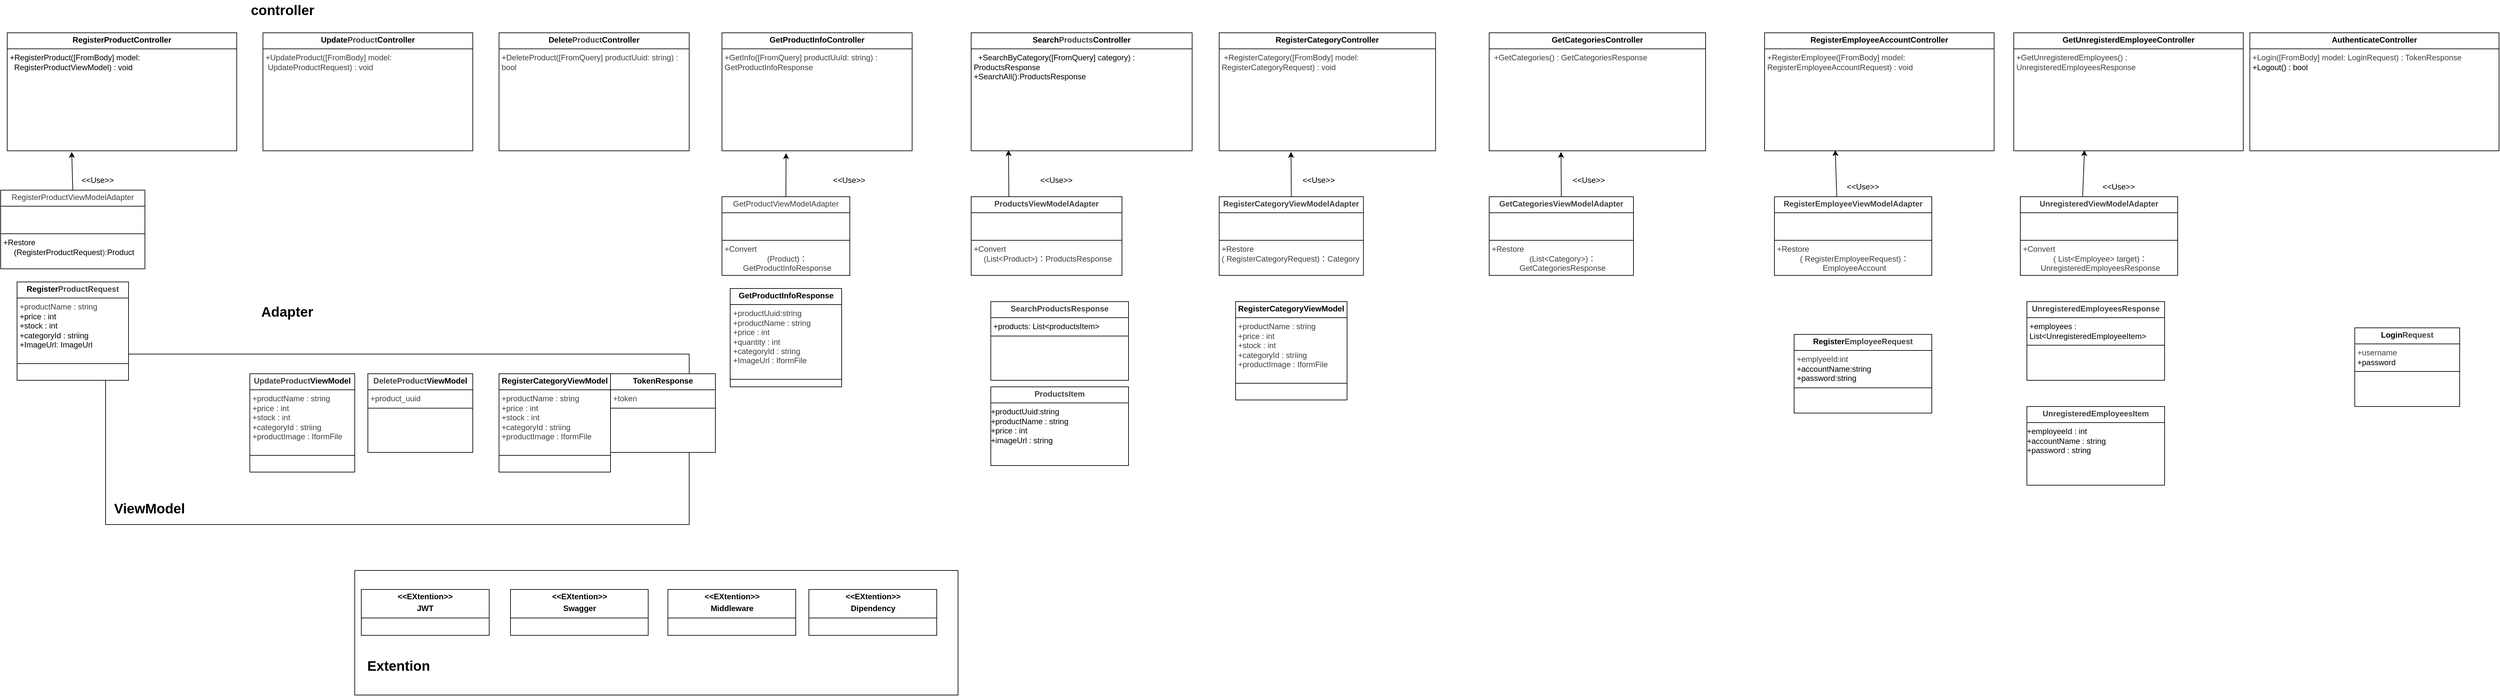
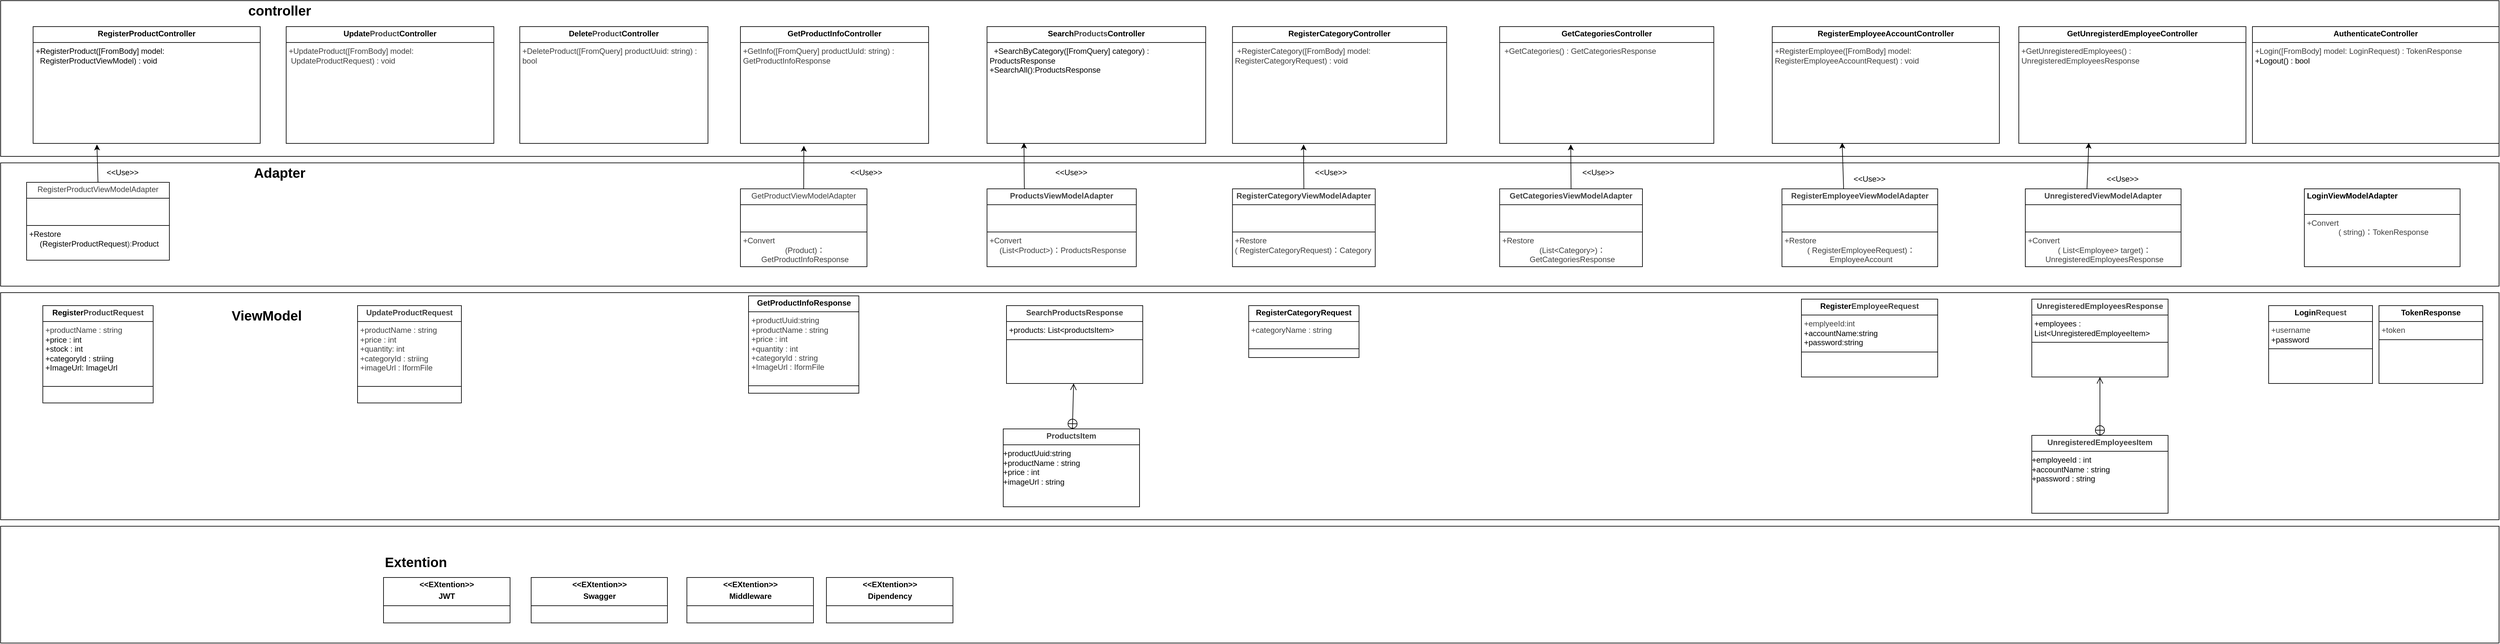
<mxfile host="65bd71144e">
    <diagram id="EApjV0AEF5bl3lN2ML2e" name="ページ1">
-         <mxGraphModel dx="3223" dy="623" grid="1" gridSize="10" guides="1" tooltips="1" connect="1" arrows="1" fold="1" page="1" pageScale="1" pageWidth="827" pageHeight="1169" math="0" shadow="0">
+         <mxGraphModel dx="3129" dy="736" grid="1" gridSize="10" guides="1" tooltips="1" connect="1" arrows="1" fold="1" page="1" pageScale="1" pageWidth="827" pageHeight="1169" math="0" shadow="0">
            <root>
                <mxCell id="0"/>
                <mxCell id="1" parent="0"/>
+                 <mxCell id="115" value="" style="rounded=0;whiteSpace=wrap;html=1;" vertex="1" parent="1">
+                     <mxGeometry x="-1030" y="1640" width="3850" height="180" as="geometry"/>
+                 </mxCell>
+                 <mxCell id="110" value="" style="rounded=0;whiteSpace=wrap;html=1;" vertex="1" parent="1">
+                     <mxGeometry x="-1030" y="1280" width="3850" height="350" as="geometry"/>
+                 </mxCell>
+                 <mxCell id="108" value="" style="rounded=0;whiteSpace=wrap;html=1;" vertex="1" parent="1">
+                     <mxGeometry x="-1030" y="830" width="3850" height="240" as="geometry"/>
+                 </mxCell>
                <mxCell id="66" value="" style="rounded=0;whiteSpace=wrap;html=1;" parent="1" vertex="1">
-                     <mxGeometry x="-450" y="1690" width="920" height="190" as="geometry"/>
-                 </mxCell>
-                 <mxCell id="65" value="" style="rounded=0;whiteSpace=wrap;html=1;" parent="1" vertex="1">
-                     <mxGeometry x="-830" y="1360" width="890" height="260" as="geometry"/>
+                     <mxGeometry x="-1030" y="1080" width="3850" height="190" as="geometry"/>
                </mxCell>
                <mxCell id="2" value="&lt;p style=&quot;margin:0px;margin-top:4px;text-align:center;&quot;&gt;&lt;b&gt;RegisterProductController&lt;/b&gt;&lt;/p&gt;&lt;hr size=&quot;1&quot; style=&quot;border-style:solid;&quot;&gt;&lt;p style=&quot;margin:0px;margin-left:4px;&quot;&gt;+RegisterProduct([FromBody] model:&amp;nbsp; &amp;nbsp;&amp;nbsp;&lt;/p&gt;&lt;p style=&quot;margin:0px;margin-left:4px;&quot;&gt;&amp;nbsp; RegisterProductViewModel) : void&lt;/p&gt;&lt;div&gt;&lt;br&gt;&lt;/div&gt;" style="verticalAlign=top;align=left;overflow=fill;html=1;whiteSpace=wrap;" parent="1" vertex="1">
                    <mxGeometry x="-980" y="870" width="350" height="180" as="geometry"/>
                </mxCell>
                <mxCell id="3" value="&lt;p style=&quot;margin:0px;margin-top:4px;text-align:center;&quot;&gt;&lt;b&gt;Register&lt;span style=&quot;color: rgb(63, 63, 63);&quot;&gt;ProductRequest&lt;/span&gt;&lt;/b&gt;&lt;/p&gt;&lt;hr size=&quot;1&quot; style=&quot;border-style:solid;&quot;&gt;&lt;p style=&quot;margin:0px;margin-left:4px;&quot;&gt;&lt;span style=&quot;color: rgb(63, 63, 63); background-color: transparent;&quot;&gt;+productName : string&lt;/span&gt;&lt;/p&gt;&lt;p style=&quot;margin:0px;margin-left:4px;&quot;&gt;+price : int&lt;/p&gt;&lt;p style=&quot;margin:0px;margin-left:4px;&quot;&gt;+stock : int&lt;/p&gt;&lt;p style=&quot;margin:0px;margin-left:4px;&quot;&gt;+categoryId : striing&lt;/p&gt;&lt;p style=&quot;margin:0px;margin-left:4px;&quot;&gt;+ImageUrl: ImageUrl&lt;/p&gt;&lt;p style=&quot;margin:0px;margin-left:4px;&quot;&gt;&lt;br&gt;&lt;/p&gt;&lt;hr size=&quot;1&quot; style=&quot;border-style:solid;&quot;&gt;&lt;p style=&quot;margin:0px;margin-left:4px;&quot;&gt;&lt;br&gt;&lt;/p&gt;" style="verticalAlign=top;align=left;overflow=fill;html=1;whiteSpace=wrap;" parent="1" vertex="1">
-                     <mxGeometry x="-965" y="1250" width="170" height="150" as="geometry"/>
+                     <mxGeometry x="-965" y="1300" width="170" height="150" as="geometry"/>
                </mxCell>
                <mxCell id="4" value="&lt;p style=&quot;margin:0px;margin-top:4px;text-align:center;&quot;&gt;&lt;span style=&quot;color: rgb(63, 63, 63); background-color: transparent;&quot;&gt;Register&lt;span style=&quot;color: rgb(63, 63, 63); scrollbar-color: rgb(226, 226, 226) rgb(251, 251, 251);&quot;&gt;Product&lt;/span&gt;ViewModelAdapter&lt;/span&gt;&lt;/p&gt;&lt;hr size=&quot;1&quot; style=&quot;border-style:solid;&quot;&gt;&lt;p style=&quot;margin:0px;margin-left:4px;&quot;&gt;&lt;br&gt;&lt;/p&gt;&lt;p style=&quot;margin:0px;margin-left:4px;&quot;&gt;&lt;br&gt;&lt;/p&gt;&lt;hr size=&quot;1&quot; style=&quot;border-style:solid;&quot;&gt;&lt;p style=&quot;margin:0px;margin-left:4px;&quot;&gt;+Restore&lt;/p&gt;&lt;p style=&quot;text-align: center; margin: 0px 0px 0px 4px;&quot;&gt;&lt;span style=&quot;background-color: transparent;&quot;&gt;(RegisterProductRequest&lt;/span&gt;&lt;span style=&quot;background-color: transparent; color: rgb(63, 63, 63);&quot;&gt;):&lt;/span&gt;&lt;span style=&quot;background-color: transparent;&quot;&gt;Product&lt;/span&gt;&lt;/p&gt;" style="verticalAlign=top;align=left;overflow=fill;html=1;whiteSpace=wrap;" parent="1" vertex="1">
                    <mxGeometry x="-990" y="1110" width="220" height="120" as="geometry"/>
                </mxCell>
                <mxCell id="5" value="&lt;p style=&quot;margin:0px;margin-top:4px;text-align:center;&quot;&gt;&lt;b&gt;Update&lt;/b&gt;&lt;b style=&quot;color: rgb(63, 63, 63); scrollbar-color: rgb(226, 226, 226) rgb(251, 251, 251);&quot;&gt;Product&lt;/b&gt;&lt;b&gt;Controller&lt;/b&gt;&lt;/p&gt;&lt;hr size=&quot;1&quot; style=&quot;border-style:solid;&quot;&gt;&lt;p style=&quot;margin:0px;margin-left:4px;&quot;&gt;&lt;/p&gt;&lt;p style=&quot;margin:0px;margin-left:4px;&quot;&gt;&lt;span style=&quot;color: rgb(63, 63, 63); background-color: transparent;&quot;&gt;+UpdateProduct([FromBody] model:&amp;nbsp; &amp;nbsp;UpdateProductRequest) : void&lt;/span&gt;&lt;/p&gt;" style="verticalAlign=top;align=left;overflow=fill;html=1;whiteSpace=wrap;" parent="1" vertex="1">
                    <mxGeometry x="-590" y="870" width="320" height="180" as="geometry"/>
                </mxCell>
                <mxCell id="6" value="&lt;p style=&quot;margin:0px;margin-top:4px;text-align:center;&quot;&gt;&lt;b&gt;Delete&lt;/b&gt;&lt;b style=&quot;color: rgb(63, 63, 63); scrollbar-color: rgb(226, 226, 226) rgb(251, 251, 251);&quot;&gt;Product&lt;/b&gt;&lt;b&gt;Controller&lt;/b&gt;&lt;/p&gt;&lt;hr size=&quot;1&quot; style=&quot;border-style:solid;&quot;&gt;&lt;p style=&quot;color: rgb(63, 63, 63); scrollbar-color: rgb(226, 226, 226) rgb(251, 251, 251); margin: 0px 0px 0px 4px;&quot;&gt;&lt;span style=&quot;background-color: transparent;&quot;&gt;+DeleteProduct([FromQuery] productUuid: string) : bool&lt;/span&gt;&lt;/p&gt;" style="verticalAlign=top;align=left;overflow=fill;html=1;whiteSpace=wrap;" parent="1" vertex="1">
                    <mxGeometry x="-230" y="870" width="290" height="180" as="geometry"/>
                </mxCell>
                <mxCell id="7" value="&lt;p style=&quot;margin:0px;margin-top:4px;text-align:center;&quot;&gt;&lt;b&gt;Search&lt;/b&gt;&lt;b style=&quot;color: rgb(63, 63, 63); scrollbar-color: rgb(226, 226, 226) rgb(251, 251, 251);&quot;&gt;Products&lt;/b&gt;&lt;b&gt;Controller&lt;/b&gt;&lt;/p&gt;&lt;hr size=&quot;1&quot; style=&quot;border-style:solid;&quot;&gt;&lt;p style=&quot;margin:0px;margin-left:4px;&quot;&gt;&amp;nbsp; +SearchByCategory([FromQuery] category) : ProductsResponse&lt;/p&gt;&lt;p style=&quot;margin:0px;margin-left:4px;&quot;&gt;+SearchAll():ProductsResponse&lt;/p&gt;" style="verticalAlign=top;align=left;overflow=fill;html=1;whiteSpace=wrap;" parent="1" vertex="1">
                    <mxGeometry x="490" y="870" width="337" height="180" as="geometry"/>
                </mxCell>
                <mxCell id="8" value="&lt;p style=&quot;margin:0px;margin-top:4px;text-align:center;&quot;&gt;&lt;b&gt;RegisterEmployeeAccountController&lt;/b&gt;&lt;/p&gt;&lt;hr size=&quot;1&quot; style=&quot;border-style:solid;&quot;&gt;&lt;p style=&quot;margin:0px;margin-left:4px;&quot;&gt;&lt;span style=&quot;color: rgb(63, 63, 63); background-color: transparent;&quot;&gt;+RegisterEmployee([FromBody] model: RegisterEmployeeAccountRequest) : void&lt;/span&gt;&lt;/p&gt;&lt;div&gt;&lt;br&gt;&lt;/div&gt;" style="verticalAlign=top;align=left;overflow=fill;html=1;whiteSpace=wrap;" parent="1" vertex="1">
                    <mxGeometry x="1700" y="870" width="350" height="180" as="geometry"/>
                </mxCell>
                <mxCell id="9" value="&lt;p style=&quot;margin:0px;margin-top:4px;text-align:center;&quot;&gt;&lt;b&gt;AuthenticateController&lt;/b&gt;&lt;/p&gt;&lt;hr size=&quot;1&quot; style=&quot;border-style:solid;&quot;&gt;&lt;p style=&quot;margin:0px;margin-left:4px;&quot;&gt;&lt;span style=&quot;color: rgb(63, 63, 63); background-color: transparent;&quot;&gt;+Login([FromBody] model: LoginRequest) : TokenResponse&amp;nbsp;&lt;/span&gt;&lt;/p&gt;&lt;p style=&quot;margin:0px;margin-left:4px;&quot;&gt;+Logout() : bool&lt;/p&gt;" style="verticalAlign=top;align=left;overflow=fill;html=1;whiteSpace=wrap;" parent="1" vertex="1">
                    <mxGeometry x="2440" y="870" width="380" height="180" as="geometry"/>
                </mxCell>
-                 <mxCell id="10" value="&lt;p style=&quot;margin:0px;margin-top:4px;text-align:center;&quot;&gt;&lt;b&gt;&lt;span style=&quot;background-color: transparent; color: rgb(63, 63, 63); scrollbar-color: rgb(226, 226, 226) rgb(251, 251, 251);&quot;&gt;Update&lt;/span&gt;&lt;span style=&quot;color: rgb(63, 63, 63);&quot;&gt;Product&lt;/span&gt;ViewModel&lt;/b&gt;&lt;/p&gt;&lt;hr size=&quot;1&quot; style=&quot;border-style:solid;&quot;&gt;&lt;p style=&quot;color: rgb(63, 63, 63); scrollbar-color: rgb(226, 226, 226) rgb(251, 251, 251); margin: 0px 0px 0px 4px;&quot;&gt;&lt;span style=&quot;scrollbar-color: rgb(226, 226, 226) rgb(251, 251, 251); background-color: transparent; color: rgb(63, 63, 63);&quot;&gt;+productName : string&lt;/span&gt;&lt;/p&gt;&lt;p style=&quot;color: rgb(63, 63, 63); scrollbar-color: rgb(226, 226, 226) rgb(251, 251, 251); margin: 0px 0px 0px 4px;&quot;&gt;+price : int&lt;/p&gt;&lt;p style=&quot;color: rgb(63, 63, 63); scrollbar-color: rgb(226, 226, 226) rgb(251, 251, 251); margin: 0px 0px 0px 4px;&quot;&gt;+stock : int&lt;/p&gt;&lt;p style=&quot;color: rgb(63, 63, 63); scrollbar-color: rgb(226, 226, 226) rgb(251, 251, 251); margin: 0px 0px 0px 4px;&quot;&gt;+categoryId : striing&lt;/p&gt;&lt;p style=&quot;color: rgb(63, 63, 63); scrollbar-color: rgb(226, 226, 226) rgb(251, 251, 251); margin: 0px 0px 0px 4px;&quot;&gt;+productImage : IformFile&lt;/p&gt;&lt;p style=&quot;color: rgb(63, 63, 63); scrollbar-color: rgb(226, 226, 226) rgb(251, 251, 251); margin: 0px 0px 0px 4px;&quot;&gt;&lt;br style=&quot;color: rgb(63, 63, 63); scrollbar-color: rgb(226, 226, 226) rgb(251, 251, 251);&quot;&gt;&lt;/p&gt;&lt;hr size=&quot;1&quot; style=&quot;border-style:solid;&quot;&gt;&lt;p style=&quot;margin:0px;margin-left:4px;&quot;&gt;&lt;br&gt;&lt;/p&gt;" style="verticalAlign=top;align=left;overflow=fill;html=1;whiteSpace=wrap;" parent="1" vertex="1">
-                     <mxGeometry x="-610" y="1390" width="160" height="150" as="geometry"/>
-                 </mxCell>
-                 <mxCell id="11" value="&lt;p style=&quot;margin:0px;margin-top:4px;text-align:center;&quot;&gt;&lt;b style=&quot;background-color: transparent; color: rgb(63, 63, 63); scrollbar-color: rgb(226, 226, 226) rgb(251, 251, 251);&quot;&gt;Delete&lt;/b&gt;&lt;b style=&quot;color: rgb(63, 63, 63); scrollbar-color: rgb(226, 226, 226) rgb(251, 251, 251);&quot;&gt;Product&lt;/b&gt;&lt;b&gt;ViewModel&lt;/b&gt;&lt;/p&gt;&lt;hr size=&quot;1&quot; style=&quot;border-style:solid;&quot;&gt;&lt;p style=&quot;margin:0px;margin-left:4px;&quot;&gt;&lt;span style=&quot;color: rgb(63, 63, 63); background-color: transparent;&quot;&gt;+product_uuid&lt;/span&gt;&lt;/p&gt;&lt;hr size=&quot;1&quot; style=&quot;border-style:solid;&quot;&gt;&lt;p style=&quot;margin:0px;margin-left:4px;&quot;&gt;&lt;br&gt;&lt;/p&gt;" style="verticalAlign=top;align=left;overflow=fill;html=1;whiteSpace=wrap;" parent="1" vertex="1">
-                     <mxGeometry x="-430" y="1390" width="160" height="120" as="geometry"/>
+                 <mxCell id="10" value="&lt;p style=&quot;margin:0px;margin-top:4px;text-align:center;&quot;&gt;&lt;b&gt;&lt;span style=&quot;background-color: transparent; color: rgb(63, 63, 63); scrollbar-color: rgb(226, 226, 226) rgb(251, 251, 251);&quot;&gt;Update&lt;/span&gt;&lt;span style=&quot;color: rgb(63, 63, 63);&quot;&gt;ProductRequest&lt;/span&gt;&lt;/b&gt;&lt;/p&gt;&lt;hr size=&quot;1&quot; style=&quot;border-style:solid;&quot;&gt;&lt;p style=&quot;color: rgb(63, 63, 63); scrollbar-color: rgb(226, 226, 226) rgb(251, 251, 251); margin: 0px 0px 0px 4px;&quot;&gt;&lt;span style=&quot;scrollbar-color: rgb(226, 226, 226) rgb(251, 251, 251); background-color: transparent; color: rgb(63, 63, 63);&quot;&gt;+productName : string&lt;/span&gt;&lt;/p&gt;&lt;p style=&quot;color: rgb(63, 63, 63); scrollbar-color: rgb(226, 226, 226) rgb(251, 251, 251); margin: 0px 0px 0px 4px;&quot;&gt;+price : int&lt;/p&gt;&lt;p style=&quot;color: rgb(63, 63, 63); scrollbar-color: rgb(226, 226, 226) rgb(251, 251, 251); margin: 0px 0px 0px 4px;&quot;&gt;+quantity: int&lt;/p&gt;&lt;p style=&quot;color: rgb(63, 63, 63); scrollbar-color: rgb(226, 226, 226) rgb(251, 251, 251); margin: 0px 0px 0px 4px;&quot;&gt;+categoryId : striing&lt;/p&gt;&lt;p style=&quot;color: rgb(63, 63, 63); scrollbar-color: rgb(226, 226, 226) rgb(251, 251, 251); margin: 0px 0px 0px 4px;&quot;&gt;+imageUrl : IformFile&lt;/p&gt;&lt;p style=&quot;color: rgb(63, 63, 63); scrollbar-color: rgb(226, 226, 226) rgb(251, 251, 251); margin: 0px 0px 0px 4px;&quot;&gt;&lt;br style=&quot;color: rgb(63, 63, 63); scrollbar-color: rgb(226, 226, 226) rgb(251, 251, 251);&quot;&gt;&lt;/p&gt;&lt;hr size=&quot;1&quot; style=&quot;border-style:solid;&quot;&gt;&lt;p style=&quot;margin:0px;margin-left:4px;&quot;&gt;&lt;br&gt;&lt;/p&gt;" style="verticalAlign=top;align=left;overflow=fill;html=1;whiteSpace=wrap;" parent="1" vertex="1">
+                     <mxGeometry x="-480" y="1300" width="160" height="150" as="geometry"/>
                </mxCell>
                <mxCell id="12" value="&lt;p style=&quot;margin:0px;margin-top:4px;text-align:center;&quot;&gt;&lt;b&gt;Register&lt;/b&gt;&lt;b style=&quot;scrollbar-color: rgb(226, 226, 226) rgb(251, 251, 251); background-color: transparent; color: rgb(63, 63, 63);&quot;&gt;EmployeeRequest&lt;/b&gt;&lt;/p&gt;&lt;hr size=&quot;1&quot; style=&quot;border-style:solid;&quot;&gt;&lt;p style=&quot;margin:0px;margin-left:4px;&quot;&gt;&lt;span style=&quot;color: rgb(63, 63, 63); background-color: transparent;&quot;&gt;+emplyeeId:int&lt;/span&gt;&lt;/p&gt;&lt;p style=&quot;margin:0px;margin-left:4px;&quot;&gt;+accountName:string&lt;/p&gt;&lt;p style=&quot;margin:0px;margin-left:4px;&quot;&gt;+password:string&lt;/p&gt;&lt;hr size=&quot;1&quot; style=&quot;border-style:solid;&quot;&gt;&lt;p style=&quot;margin:0px;margin-left:4px;&quot;&gt;&lt;br&gt;&lt;/p&gt;" style="verticalAlign=top;align=left;overflow=fill;html=1;whiteSpace=wrap;" parent="1" vertex="1">
-                     <mxGeometry x="1745" y="1330" width="210" height="120" as="geometry"/>
+                     <mxGeometry x="1745" y="1290" width="210" height="120" as="geometry"/>
                </mxCell>
                <mxCell id="13" value="&lt;p style=&quot;margin:0px;margin-top:4px;text-align:center;&quot;&gt;&lt;b style=&quot;color: rgb(63, 63, 63); background-color: transparent;&quot;&gt;Register&lt;span style=&quot;color: rgb(63, 63, 63);&quot;&gt;Employee&lt;/span&gt;ViewModelAdapter&lt;/b&gt;&lt;/p&gt;&lt;hr size=&quot;1&quot; style=&quot;border-style:solid;&quot;&gt;&lt;p style=&quot;margin:0px;margin-left:4px;&quot;&gt;&lt;br&gt;&lt;/p&gt;&lt;p style=&quot;margin:0px;margin-left:4px;&quot;&gt;&lt;br&gt;&lt;/p&gt;&lt;hr size=&quot;1&quot; style=&quot;border-style:solid;&quot;&gt;&lt;p style=&quot;margin:0px;margin-left:4px;&quot;&gt;&lt;span style=&quot;color: rgb(63, 63, 63); scrollbar-color: rgb(226, 226, 226) rgb(251, 251, 251); background-color: transparent;&quot;&gt;+Restore&lt;/span&gt;&lt;/p&gt;&lt;p style=&quot;text-align: center; margin: 0px 0px 0px 4px;&quot;&gt;&lt;span style=&quot;color: rgb(63, 63, 63); scrollbar-color: rgb(226, 226, 226) rgb(251, 251, 251); background-color: transparent;&quot;&gt;(&lt;/span&gt;&lt;span style=&quot;scrollbar-color: rgb(226, 226, 226) rgb(251, 251, 251); background-color: transparent; text-align: center; color: rgb(63, 63, 63);&quot;&gt;&amp;nbsp;RegisterEmployeeRequest&lt;/span&gt;&lt;span style=&quot;background-color: transparent; scrollbar-color: rgb(226, 226, 226) rgb(251, 251, 251); color: rgb(63, 63, 63);&quot;&gt;)&lt;/span&gt;&lt;span style=&quot;background-color: transparent; color: rgb(63, 63, 63);&quot;&gt;：EmployeeAccount&lt;/span&gt;&lt;/p&gt;" style="verticalAlign=top;align=left;overflow=fill;html=1;whiteSpace=wrap;" parent="1" vertex="1">
                    <mxGeometry x="1715" y="1120" width="240" height="120" as="geometry"/>
                </mxCell>
                <mxCell id="16" value="&lt;p style=&quot;margin:0px;margin-top:4px;text-align:center;&quot;&gt;&lt;b&gt;Login&lt;span style=&quot;color: rgb(63, 63, 63);&quot;&gt;Request&lt;/span&gt;&lt;/b&gt;&lt;/p&gt;&lt;hr size=&quot;1&quot; style=&quot;border-style:solid;&quot;&gt;&lt;p style=&quot;margin:0px;margin-left:4px;&quot;&gt;&lt;span style=&quot;color: rgb(63, 63, 63); background-color: transparent;&quot;&gt;+username&lt;/span&gt;&lt;/p&gt;&lt;p style=&quot;margin:0px;margin-left:4px;&quot;&gt;+password&lt;/p&gt;&lt;hr size=&quot;1&quot; style=&quot;border-style:solid;&quot;&gt;&lt;p style=&quot;margin:0px;margin-left:4px;&quot;&gt;&lt;br&gt;&lt;/p&gt;" style="verticalAlign=top;align=left;overflow=fill;html=1;whiteSpace=wrap;" parent="1" vertex="1">
-                     <mxGeometry x="2600" y="1320" width="160" height="120" as="geometry"/>
+                     <mxGeometry x="2465" y="1300" width="160" height="120" as="geometry"/>
                </mxCell>
                <mxCell id="17" value="&lt;p style=&quot;margin:0px;margin-top:4px;text-align:center;&quot;&gt;&lt;b&gt;TokenResponse&lt;/b&gt;&lt;/p&gt;&lt;hr size=&quot;1&quot; style=&quot;border-style:solid;&quot;&gt;&lt;p style=&quot;margin:0px;margin-left:4px;&quot;&gt;&lt;span style=&quot;color: rgb(63, 63, 63); background-color: transparent;&quot;&gt;+token&lt;/span&gt;&lt;/p&gt;&lt;hr size=&quot;1&quot; style=&quot;border-style:solid;&quot;&gt;&lt;p style=&quot;margin:0px;margin-left:4px;&quot;&gt;&lt;br&gt;&lt;/p&gt;" style="verticalAlign=top;align=left;overflow=fill;html=1;whiteSpace=wrap;" parent="1" vertex="1">
-                     <mxGeometry x="-60" y="1390" width="160" height="120" as="geometry"/>
+                     <mxGeometry x="2635" y="1300" width="160" height="120" as="geometry"/>
                </mxCell>
                <mxCell id="18" value="&lt;p style=&quot;margin:0px;margin-top:4px;text-align:center;&quot;&gt;&lt;b&gt;&amp;lt;&amp;lt;EXtention&amp;gt;&amp;gt;&lt;/b&gt;&lt;/p&gt;&lt;p style=&quot;margin:0px;margin-top:4px;text-align:center;&quot;&gt;&lt;b&gt;JWT&lt;/b&gt;&lt;/p&gt;&lt;hr size=&quot;1&quot; style=&quot;border-style:solid;&quot;&gt;&lt;p style=&quot;margin:0px;margin-left:4px;&quot;&gt;&lt;br&gt;&lt;/p&gt;&lt;p style=&quot;margin:0px;margin-left:4px;&quot;&gt;&lt;br&gt;&lt;/p&gt;&lt;hr size=&quot;1&quot; style=&quot;border-style:solid;&quot;&gt;&lt;p style=&quot;margin:0px;margin-left:4px;&quot;&gt;&lt;br&gt;&lt;/p&gt;&lt;p style=&quot;margin:0px;margin-left:4px;&quot;&gt;&lt;br&gt;&lt;/p&gt;" style="verticalAlign=top;align=left;overflow=fill;html=1;whiteSpace=wrap;" parent="1" vertex="1">
                    <mxGeometry x="-440" y="1719" width="195" height="70" as="geometry"/>
                </mxCell>
                <mxCell id="19" value="&lt;p style=&quot;margin:0px;margin-top:4px;text-align:center;&quot;&gt;&lt;b&gt;&amp;lt;&amp;lt;EXtention&amp;gt;&amp;gt;&lt;/b&gt;&lt;/p&gt;&lt;p style=&quot;margin:0px;margin-top:4px;text-align:center;&quot;&gt;&lt;b&gt;Swagger&lt;/b&gt;&lt;/p&gt;&lt;hr size=&quot;1&quot; style=&quot;border-style:solid;&quot;&gt;&lt;p style=&quot;margin:0px;margin-left:4px;&quot;&gt;&lt;br&gt;&lt;/p&gt;&lt;p style=&quot;margin:0px;margin-left:4px;&quot;&gt;&lt;br&gt;&lt;/p&gt;&lt;hr size=&quot;1&quot; style=&quot;border-style:solid;&quot;&gt;&lt;p style=&quot;margin:0px;margin-left:4px;&quot;&gt;&lt;br&gt;&lt;/p&gt;" style="verticalAlign=top;align=left;overflow=fill;html=1;whiteSpace=wrap;" parent="1" vertex="1">
                    <mxGeometry x="-212.5" y="1719" width="210" height="70" as="geometry"/>
                </mxCell>
                <mxCell id="20" value="&lt;p style=&quot;margin:0px;margin-top:4px;text-align:center;&quot;&gt;&lt;b&gt;&amp;lt;&amp;lt;EXtention&amp;gt;&amp;gt;&lt;/b&gt;&lt;/p&gt;&lt;p style=&quot;margin:0px;margin-top:4px;text-align:center;&quot;&gt;&lt;b&gt;Middleware&lt;/b&gt;&lt;/p&gt;&lt;hr size=&quot;1&quot; style=&quot;border-style:solid;&quot;&gt;&lt;p style=&quot;margin:0px;margin-left:4px;&quot;&gt;&lt;br&gt;&lt;/p&gt;&lt;hr size=&quot;1&quot; style=&quot;border-style:solid;&quot;&gt;&lt;p style=&quot;margin:0px;margin-left:4px;&quot;&gt;&lt;br&gt;&lt;/p&gt;" style="verticalAlign=top;align=left;overflow=fill;html=1;whiteSpace=wrap;" parent="1" vertex="1">
                    <mxGeometry x="27.5" y="1719" width="195" height="70" as="geometry"/>
                </mxCell>
                <mxCell id="21" value="&lt;p style=&quot;margin:0px;margin-top:4px;text-align:center;&quot;&gt;&lt;b&gt;&amp;lt;&amp;lt;EXtention&amp;gt;&amp;gt;&lt;/b&gt;&lt;/p&gt;&lt;p style=&quot;margin:0px;margin-top:4px;text-align:center;&quot;&gt;&lt;b&gt;Dipendency&lt;/b&gt;&lt;/p&gt;&lt;hr size=&quot;1&quot; style=&quot;border-style:solid;&quot;&gt;&lt;p style=&quot;margin:0px;margin-left:4px;&quot;&gt;&lt;br&gt;&lt;/p&gt;&lt;hr size=&quot;1&quot; style=&quot;border-style:solid;&quot;&gt;&lt;p style=&quot;margin:0px;margin-left:4px;&quot;&gt;&lt;br&gt;&lt;/p&gt;&lt;p style=&quot;margin:0px;margin-left:4px;&quot;&gt;&lt;br&gt;&lt;/p&gt;" style="verticalAlign=top;align=left;overflow=fill;html=1;whiteSpace=wrap;" parent="1" vertex="1">
                    <mxGeometry x="242.5" y="1719" width="195" height="70" as="geometry"/>
                </mxCell>
                <mxCell id="22" value="&lt;p style=&quot;margin:0px;margin-top:4px;text-align:center;&quot;&gt;&lt;b&gt;RegisterCategoryController&lt;/b&gt;&lt;/p&gt;&lt;hr size=&quot;1&quot; style=&quot;border-style:solid;&quot;&gt;&lt;p style=&quot;margin:0px;margin-left:4px;&quot;&gt;&lt;/p&gt;&lt;p style=&quot;margin:0px;margin-left:4px;&quot;&gt;&lt;span style=&quot;color: rgb(63, 63, 63); background-color: transparent;&quot;&gt;&amp;nbsp;+RegisterCategory([FromBody] model: RegisterCategoryRequest) : void&lt;/span&gt;&lt;/p&gt;" style="verticalAlign=top;align=left;overflow=fill;html=1;whiteSpace=wrap;" parent="1" vertex="1">
                    <mxGeometry x="868.25" y="870" width="330" height="180" as="geometry"/>
                </mxCell>
-                 <mxCell id="23" value="&lt;p style=&quot;margin:0px;margin-top:4px;text-align:center;&quot;&gt;&lt;b&gt;RegisterCategoryViewModel&lt;/b&gt;&lt;/p&gt;&lt;hr size=&quot;1&quot; style=&quot;border-style:solid;&quot;&gt;&lt;p style=&quot;color: rgb(63, 63, 63); scrollbar-color: rgb(226, 226, 226) rgb(251, 251, 251); margin: 0px 0px 0px 4px;&quot;&gt;&lt;span style=&quot;scrollbar-color: rgb(226, 226, 226) rgb(251, 251, 251); background-color: transparent; color: rgb(63, 63, 63);&quot;&gt;+productName : string&lt;/span&gt;&lt;/p&gt;&lt;p style=&quot;color: rgb(63, 63, 63); scrollbar-color: rgb(226, 226, 226) rgb(251, 251, 251); margin: 0px 0px 0px 4px;&quot;&gt;+price : int&lt;/p&gt;&lt;p style=&quot;color: rgb(63, 63, 63); scrollbar-color: rgb(226, 226, 226) rgb(251, 251, 251); margin: 0px 0px 0px 4px;&quot;&gt;+stock : int&lt;/p&gt;&lt;p style=&quot;color: rgb(63, 63, 63); scrollbar-color: rgb(226, 226, 226) rgb(251, 251, 251); margin: 0px 0px 0px 4px;&quot;&gt;+categoryId : striing&lt;/p&gt;&lt;p style=&quot;color: rgb(63, 63, 63); scrollbar-color: rgb(226, 226, 226) rgb(251, 251, 251); margin: 0px 0px 0px 4px;&quot;&gt;+productImage : IformFile&lt;/p&gt;&lt;p style=&quot;margin:0px;margin-left:4px;&quot;&gt;&lt;br&gt;&lt;/p&gt;&lt;hr size=&quot;1&quot; style=&quot;border-style:solid;&quot;&gt;&lt;p style=&quot;margin:0px;margin-left:4px;&quot;&gt;&lt;br&gt;&lt;/p&gt;" style="verticalAlign=top;align=left;overflow=fill;html=1;whiteSpace=wrap;" parent="1" vertex="1">
-                     <mxGeometry x="893.25" y="1280" width="170" height="150" as="geometry"/>
+                 <mxCell id="23" value="&lt;p style=&quot;margin:0px;margin-top:4px;text-align:center;&quot;&gt;&lt;b&gt;RegisterCategoryRequest&lt;/b&gt;&lt;/p&gt;&lt;hr size=&quot;1&quot; style=&quot;border-style:solid;&quot;&gt;&lt;p style=&quot;color: rgb(63, 63, 63); scrollbar-color: rgb(226, 226, 226) rgb(251, 251, 251); margin: 0px 0px 0px 4px;&quot;&gt;+categoryName : string&lt;/p&gt;&lt;p style=&quot;margin:0px;margin-left:4px;&quot;&gt;&lt;br&gt;&lt;/p&gt;&lt;hr size=&quot;1&quot; style=&quot;border-style:solid;&quot;&gt;&lt;p style=&quot;margin:0px;margin-left:4px;&quot;&gt;&lt;br&gt;&lt;/p&gt;" style="verticalAlign=top;align=left;overflow=fill;html=1;whiteSpace=wrap;" parent="1" vertex="1">
+                     <mxGeometry x="893.25" y="1300" width="170" height="80" as="geometry"/>
                </mxCell>
                <mxCell id="26" style="edgeStyle=none;html=1;exitX=0.5;exitY=0;exitDx=0;exitDy=0;entryX=0.281;entryY=1.009;entryDx=0;entryDy=0;entryPerimeter=0;" parent="1" source="4" target="2" edge="1">
                    <mxGeometry relative="1" as="geometry"/>
                </mxCell>
                <mxCell id="31" value="&lt;p style=&quot;margin:0px;margin-top:4px;text-align:center;&quot;&gt;&lt;b style=&quot;color: rgb(63, 63, 63); background-color: transparent;&quot;&gt;RegisterCategoryViewModelAdapter&lt;/b&gt;&lt;/p&gt;&lt;hr size=&quot;1&quot; style=&quot;border-style:solid;&quot;&gt;&lt;p style=&quot;margin:0px;margin-left:4px;&quot;&gt;&lt;br&gt;&lt;/p&gt;&lt;p style=&quot;margin:0px;margin-left:4px;&quot;&gt;&lt;br&gt;&lt;/p&gt;&lt;hr size=&quot;1&quot; style=&quot;border-style:solid;&quot;&gt;&lt;p style=&quot;margin:0px;margin-left:4px;&quot;&gt;&lt;span style=&quot;color: rgb(63, 63, 63); scrollbar-color: rgb(226, 226, 226) rgb(251, 251, 251); background-color: transparent;&quot;&gt;+Restore&lt;/span&gt;&lt;/p&gt;&lt;p style=&quot;margin:0px;margin-left:4px;&quot;&gt;&lt;span style=&quot;color: rgb(63, 63, 63); scrollbar-color: rgb(226, 226, 226) rgb(251, 251, 251); background-color: transparent;&quot;&gt;(&lt;/span&gt;&lt;span style=&quot;scrollbar-color: rgb(226, 226, 226) rgb(251, 251, 251); background-color: transparent; text-align: center; color: rgb(63, 63, 63);&quot;&gt;&amp;nbsp;RegisterCategoryRequest&lt;/span&gt;&lt;span style=&quot;background-color: transparent; scrollbar-color: rgb(226, 226, 226) rgb(251, 251, 251); color: rgb(63, 63, 63);&quot;&gt;)&lt;/span&gt;&lt;span style=&quot;background-color: transparent; color: rgb(63, 63, 63);&quot;&gt;：Category&lt;/span&gt;&lt;/p&gt;" style="verticalAlign=top;align=left;overflow=fill;html=1;whiteSpace=wrap;" parent="1" vertex="1">
                    <mxGeometry x="868.25" y="1120" width="220" height="120" as="geometry"/>
                </mxCell>
                <mxCell id="33" style="edgeStyle=none;html=1;exitX=0.5;exitY=0;exitDx=0;exitDy=0;entryX=0.332;entryY=1.009;entryDx=0;entryDy=0;entryPerimeter=0;" parent="1" source="31" target="22" edge="1">
                    <mxGeometry relative="1" as="geometry"/>
                </mxCell>
                <mxCell id="34" style="edgeStyle=none;html=1;exitX=0.396;exitY=0;exitDx=0;exitDy=0;entryX=0.308;entryY=0.994;entryDx=0;entryDy=0;entryPerimeter=0;exitPerimeter=0;" parent="1" source="13" target="8" edge="1">
                    <mxGeometry relative="1" as="geometry"/>
                </mxCell>
                <mxCell id="38" value="&amp;lt;&amp;lt;Use&amp;gt;&amp;gt;" style="text;html=1;align=center;verticalAlign=middle;whiteSpace=wrap;rounded=0;" parent="1" vertex="1">
                    <mxGeometry x="1820" y="1090" width="60" height="30" as="geometry"/>
                </mxCell>
                <mxCell id="39" value="&amp;lt;&amp;lt;Use&amp;gt;&amp;gt;" style="text;html=1;align=center;verticalAlign=middle;whiteSpace=wrap;rounded=0;" parent="1" vertex="1">
                    <mxGeometry x="990" y="1080" width="60" height="30" as="geometry"/>
                </mxCell>
                <mxCell id="42" value="&amp;lt;&amp;lt;Use&amp;gt;&amp;gt;" style="text;html=1;align=center;verticalAlign=middle;whiteSpace=wrap;rounded=0;" parent="1" vertex="1">
                    <mxGeometry x="-871.75" y="1080" width="60" height="30" as="geometry"/>
                </mxCell>
                <mxCell id="47" value="controller" style="text;html=1;align=center;verticalAlign=middle;whiteSpace=wrap;rounded=0;fontStyle=1;fontSize=21;" parent="1" vertex="1">
-                     <mxGeometry x="-590" y="820" width="60" height="30" as="geometry"/>
+                     <mxGeometry x="-630" y="830" width="60" height="30" as="geometry"/>
                </mxCell>
                <mxCell id="64" value="Adapter" style="text;html=1;align=center;verticalAlign=middle;whiteSpace=wrap;rounded=0;fontStyle=1;fontSize=21;" parent="1" vertex="1">
-                     <mxGeometry x="-583" y="1280" width="60" height="30" as="geometry"/>
+                     <mxGeometry x="-630" y="1080" width="60" height="30" as="geometry"/>
                </mxCell>
                <mxCell id="67" value="ViewModel" style="text;html=1;align=center;verticalAlign=middle;whiteSpace=wrap;rounded=0;fontStyle=1;fontSize=21;" parent="1" vertex="1">
-                     <mxGeometry x="-793" y="1580" width="60" height="30" as="geometry"/>
+                     <mxGeometry x="-650" y="1300" width="60" height="30" as="geometry"/>
                </mxCell>
                <mxCell id="68" value="Extention" style="text;html=1;align=center;verticalAlign=middle;whiteSpace=wrap;rounded=0;fontStyle=1;fontSize=21;" parent="1" vertex="1">
-                     <mxGeometry x="-413" y="1820" width="60" height="30" as="geometry"/>
+                     <mxGeometry x="-420" y="1680" width="60" height="30" as="geometry"/>
                </mxCell>
                <mxCell id="80" value="&lt;p style=&quot;margin:0px;margin-top:4px;text-align:center;&quot;&gt;&lt;span style=&quot;color: rgb(63, 63, 63); background-color: transparent;&quot;&gt;&lt;b&gt;&lt;span style=&quot;color: rgb(63, 63, 63);&quot;&gt;Products&lt;/span&gt;ViewModelAdapter&lt;/b&gt;&lt;/span&gt;&lt;/p&gt;&lt;hr size=&quot;1&quot; style=&quot;border-style:solid;&quot;&gt;&lt;p style=&quot;margin:0px;margin-left:4px;&quot;&gt;&lt;br&gt;&lt;/p&gt;&lt;p style=&quot;margin:0px;margin-left:4px;&quot;&gt;&lt;br&gt;&lt;/p&gt;&lt;hr size=&quot;1&quot; style=&quot;border-style:solid;&quot;&gt;&lt;p style=&quot;margin:0px;margin-left:4px;&quot;&gt;&lt;span style=&quot;color: rgb(63, 63, 63); scrollbar-color: rgb(226, 226, 226) rgb(251, 251, 251); background-color: transparent;&quot;&gt;+Convert&lt;/span&gt;&lt;/p&gt;&lt;p style=&quot;text-align: center; margin: 0px 0px 0px 4px;&quot;&gt;&lt;span style=&quot;color: rgb(63, 63, 63); scrollbar-color: rgb(226, 226, 226) rgb(251, 251, 251); background-color: transparent;&quot;&gt;(List&amp;lt;Product&amp;gt;&lt;/span&gt;&lt;span style=&quot;background-color: transparent; scrollbar-color: rgb(226, 226, 226) rgb(251, 251, 251); color: rgb(63, 63, 63);&quot;&gt;)&lt;/span&gt;&lt;span style=&quot;background-color: transparent; color: rgb(63, 63, 63);&quot;&gt;：&lt;/span&gt;&lt;span style=&quot;background-color: transparent; scrollbar-color: rgb(226, 226, 226) rgb(251, 251, 251); color: rgb(63, 63, 63);&quot;&gt;ProductsResponse&lt;/span&gt;&lt;/p&gt;" style="verticalAlign=top;align=left;overflow=fill;html=1;whiteSpace=wrap;" parent="1" vertex="1">
                    <mxGeometry x="490" y="1120" width="230" height="120" as="geometry"/>
                </mxCell>
                <mxCell id="81" value="&amp;lt;&amp;lt;Use&amp;gt;&amp;gt;" style="text;html=1;align=center;verticalAlign=middle;whiteSpace=wrap;rounded=0;" parent="1" vertex="1">
                    <mxGeometry x="590" y="1080" width="60" height="30" as="geometry"/>
                </mxCell>
                <mxCell id="82" style="edgeStyle=none;html=1;exitX=0.25;exitY=0;exitDx=0;exitDy=0;entryX=0.169;entryY=0.994;entryDx=0;entryDy=0;entryPerimeter=0;" parent="1" source="80" target="7" edge="1">
                    <mxGeometry relative="1" as="geometry"/>
-                 </mxCell>
-                 <mxCell id="83" value="&lt;p style=&quot;margin:0px;margin-top:4px;text-align:center;&quot;&gt;&lt;b&gt;RegisterCategoryViewModel&lt;/b&gt;&lt;/p&gt;&lt;hr size=&quot;1&quot; style=&quot;border-style:solid;&quot;&gt;&lt;p style=&quot;color: rgb(63, 63, 63); scrollbar-color: rgb(226, 226, 226) rgb(251, 251, 251); margin: 0px 0px 0px 4px;&quot;&gt;&lt;span style=&quot;scrollbar-color: rgb(226, 226, 226) rgb(251, 251, 251); background-color: transparent; color: rgb(63, 63, 63);&quot;&gt;+productName : string&lt;/span&gt;&lt;/p&gt;&lt;p style=&quot;color: rgb(63, 63, 63); scrollbar-color: rgb(226, 226, 226) rgb(251, 251, 251); margin: 0px 0px 0px 4px;&quot;&gt;+price : int&lt;/p&gt;&lt;p style=&quot;color: rgb(63, 63, 63); scrollbar-color: rgb(226, 226, 226) rgb(251, 251, 251); margin: 0px 0px 0px 4px;&quot;&gt;+stock : int&lt;/p&gt;&lt;p style=&quot;color: rgb(63, 63, 63); scrollbar-color: rgb(226, 226, 226) rgb(251, 251, 251); margin: 0px 0px 0px 4px;&quot;&gt;+categoryId : striing&lt;/p&gt;&lt;p style=&quot;color: rgb(63, 63, 63); scrollbar-color: rgb(226, 226, 226) rgb(251, 251, 251); margin: 0px 0px 0px 4px;&quot;&gt;+productImage : IformFile&lt;/p&gt;&lt;p style=&quot;margin:0px;margin-left:4px;&quot;&gt;&lt;br&gt;&lt;/p&gt;&lt;hr size=&quot;1&quot; style=&quot;border-style:solid;&quot;&gt;&lt;p style=&quot;margin:0px;margin-left:4px;&quot;&gt;&lt;br&gt;&lt;/p&gt;" style="verticalAlign=top;align=left;overflow=fill;html=1;whiteSpace=wrap;" parent="1" vertex="1">
-                     <mxGeometry x="-230" y="1390" width="170" height="150" as="geometry"/>
                </mxCell>
                <mxCell id="84" value="&lt;p style=&quot;margin:0px;margin-top:4px;text-align:center;&quot;&gt;&lt;b&gt;GetUnregisterdEmployeeController&lt;/b&gt;&lt;/p&gt;&lt;hr size=&quot;1&quot; style=&quot;border-style:solid;&quot;&gt;&lt;p style=&quot;margin:0px;margin-left:4px;&quot;&gt;&lt;span style=&quot;color: rgb(63, 63, 63); background-color: transparent;&quot;&gt;+GetUnregisteredEmployees() : UnregisteredEmployeesResponse&lt;/span&gt;&lt;/p&gt;&lt;div&gt;&lt;br&gt;&lt;/div&gt;" style="verticalAlign=top;align=left;overflow=fill;html=1;whiteSpace=wrap;" vertex="1" parent="1">
                    <mxGeometry x="2080" y="870" width="350" height="180" as="geometry"/>
                </mxCell>
                <mxCell id="85" value="&lt;p style=&quot;margin:0px;margin-top:4px;text-align:center;&quot;&gt;&lt;b style=&quot;color: rgb(63, 63, 63); background-color: transparent;&quot;&gt;UnregisteredViewModelAdapter&lt;/b&gt;&lt;/p&gt;&lt;hr size=&quot;1&quot; style=&quot;border-style:solid;&quot;&gt;&lt;p style=&quot;margin:0px;margin-left:4px;&quot;&gt;&lt;br&gt;&lt;/p&gt;&lt;p style=&quot;margin:0px;margin-left:4px;&quot;&gt;&lt;br&gt;&lt;/p&gt;&lt;hr size=&quot;1&quot; style=&quot;border-style:solid;&quot;&gt;&lt;p style=&quot;margin:0px;margin-left:4px;&quot;&gt;&lt;span style=&quot;color: rgb(63, 63, 63); scrollbar-color: rgb(226, 226, 226) rgb(251, 251, 251); background-color: transparent;&quot;&gt;+Convert&lt;/span&gt;&lt;/p&gt;&lt;p style=&quot;text-align: center; margin: 0px 0px 0px 4px;&quot;&gt;&lt;span style=&quot;color: rgb(63, 63, 63); scrollbar-color: rgb(226, 226, 226) rgb(251, 251, 251); background-color: transparent;&quot;&gt;(&lt;/span&gt;&lt;span style=&quot;scrollbar-color: rgb(226, 226, 226) rgb(251, 251, 251); background-color: transparent; text-align: center; color: rgb(63, 63, 63);&quot;&gt;&amp;nbsp;List&amp;lt;Employee&amp;gt; target&lt;/span&gt;&lt;span style=&quot;background-color: transparent; scrollbar-color: rgb(226, 226, 226) rgb(251, 251, 251); color: rgb(63, 63, 63);&quot;&gt;)&lt;/span&gt;&lt;span style=&quot;background-color: transparent; color: rgb(63, 63, 63);&quot;&gt;：UnregisteredEmployeesResponse&lt;/span&gt;&lt;/p&gt;" style="verticalAlign=top;align=left;overflow=fill;html=1;whiteSpace=wrap;" vertex="1" parent="1">
                    <mxGeometry x="2090" y="1120" width="240" height="120" as="geometry"/>
                </mxCell>
                <mxCell id="86" style="edgeStyle=none;html=1;exitX=0.396;exitY=0;exitDx=0;exitDy=0;entryX=0.308;entryY=0.994;entryDx=0;entryDy=0;entryPerimeter=0;exitPerimeter=0;" edge="1" source="85" target="84" parent="1">
                    <mxGeometry relative="1" as="geometry"/>
                </mxCell>
                <mxCell id="87" value="&amp;lt;&amp;lt;Use&amp;gt;&amp;gt;" style="text;html=1;align=center;verticalAlign=middle;whiteSpace=wrap;rounded=0;" vertex="1" parent="1">
                    <mxGeometry x="2210" y="1090" width="60" height="30" as="geometry"/>
                </mxCell>
                <mxCell id="88" value="&lt;p style=&quot;margin:0px;margin-top:4px;text-align:center;&quot;&gt;&lt;b&gt;GetCategoriesController&lt;/b&gt;&lt;/p&gt;&lt;hr size=&quot;1&quot; style=&quot;border-style:solid;&quot;&gt;&lt;p style=&quot;margin:0px;margin-left:4px;&quot;&gt;&lt;span style=&quot;color: rgb(63, 63, 63); background-color: transparent;&quot;&gt;&amp;nbsp;+GetCategories() : GetCategoriesResponse&lt;/span&gt;&lt;/p&gt;" style="verticalAlign=top;align=left;overflow=fill;html=1;whiteSpace=wrap;" vertex="1" parent="1">
                    <mxGeometry x="1280" y="870" width="330" height="180" as="geometry"/>
                </mxCell>
                <mxCell id="89" value="&lt;p style=&quot;margin:0px;margin-top:4px;text-align:center;&quot;&gt;&lt;b style=&quot;color: rgb(63, 63, 63); background-color: transparent;&quot;&gt;GetCategoriesViewModelAdapter&lt;/b&gt;&lt;/p&gt;&lt;hr size=&quot;1&quot; style=&quot;border-style:solid;&quot;&gt;&lt;p style=&quot;margin:0px;margin-left:4px;&quot;&gt;&lt;br&gt;&lt;/p&gt;&lt;p style=&quot;margin:0px;margin-left:4px;&quot;&gt;&lt;br&gt;&lt;/p&gt;&lt;hr size=&quot;1&quot; style=&quot;border-style:solid;&quot;&gt;&lt;p style=&quot;margin:0px;margin-left:4px;&quot;&gt;&lt;span style=&quot;color: rgb(63, 63, 63); scrollbar-color: rgb(226, 226, 226) rgb(251, 251, 251); background-color: transparent;&quot;&gt;+&lt;/span&gt;&lt;span style=&quot;background-color: transparent; color: rgb(63, 63, 63);&quot;&gt;Restore&lt;/span&gt;&lt;/p&gt;&lt;p style=&quot;text-align: center; margin: 0px 0px 0px 4px;&quot;&gt;&lt;span style=&quot;color: rgb(63, 63, 63); scrollbar-color: rgb(226, 226, 226) rgb(251, 251, 251); background-color: transparent;&quot;&gt;(List&amp;lt;Category&amp;gt;&lt;/span&gt;&lt;span style=&quot;background-color: transparent; scrollbar-color: rgb(226, 226, 226) rgb(251, 251, 251); color: rgb(63, 63, 63);&quot;&gt;)&lt;/span&gt;&lt;span style=&quot;background-color: transparent; color: rgb(63, 63, 63);&quot;&gt;：GetCategoriesResponse&lt;/span&gt;&lt;/p&gt;" style="verticalAlign=top;align=left;overflow=fill;html=1;whiteSpace=wrap;" vertex="1" parent="1">
                    <mxGeometry x="1280" y="1120" width="220" height="120" as="geometry"/>
                </mxCell>
                <mxCell id="90" style="edgeStyle=none;html=1;exitX=0.5;exitY=0;exitDx=0;exitDy=0;entryX=0.332;entryY=1.009;entryDx=0;entryDy=0;entryPerimeter=0;" edge="1" source="89" target="88" parent="1">
                    <mxGeometry relative="1" as="geometry"/>
                </mxCell>
                <mxCell id="91" value="&amp;lt;&amp;lt;Use&amp;gt;&amp;gt;" style="text;html=1;align=center;verticalAlign=middle;whiteSpace=wrap;rounded=0;" vertex="1" parent="1">
                    <mxGeometry x="1401.75" y="1080" width="60" height="30" as="geometry"/>
                </mxCell>
                <mxCell id="92" style="edgeStyle=none;html=1;exitX=0.5;exitY=0;exitDx=0;exitDy=0;entryX=0.337;entryY=1.02;entryDx=0;entryDy=0;entryPerimeter=0;" edge="1" source="94" target="93" parent="1">
                    <mxGeometry relative="1" as="geometry"/>
                </mxCell>
                <mxCell id="93" value="&lt;p style=&quot;margin:0px;margin-top:4px;text-align:center;&quot;&gt;&lt;b&gt;GetProductInfoController&lt;/b&gt;&lt;/p&gt;&lt;hr size=&quot;1&quot; style=&quot;border-style:solid;&quot;&gt;&lt;p style=&quot;color: rgb(63, 63, 63); scrollbar-color: rgb(226, 226, 226) rgb(251, 251, 251); margin: 0px 0px 0px 4px;&quot;&gt;&lt;span style=&quot;background-color: transparent;&quot;&gt;+GetInfo([FromQuery] productUuId: string) : GetProductInfoResponse&lt;/span&gt;&lt;/p&gt;" style="verticalAlign=top;align=left;overflow=fill;html=1;whiteSpace=wrap;" vertex="1" parent="1">
                    <mxGeometry x="110" y="870" width="290" height="180" as="geometry"/>
                </mxCell>
                <mxCell id="94" value="&lt;p style=&quot;margin:0px;margin-top:4px;text-align:center;&quot;&gt;&lt;span style=&quot;color: rgb(63, 63, 63); background-color: transparent;&quot;&gt;&lt;span style=&quot;color: rgb(63, 63, 63);&quot;&gt;GetProduct&lt;/span&gt;ViewModelAdapter&lt;/span&gt;&lt;/p&gt;&lt;hr size=&quot;1&quot; style=&quot;border-style:solid;&quot;&gt;&lt;p style=&quot;margin:0px;margin-left:4px;&quot;&gt;&lt;br&gt;&lt;/p&gt;&lt;p style=&quot;margin:0px;margin-left:4px;&quot;&gt;&lt;br&gt;&lt;/p&gt;&lt;hr size=&quot;1&quot; style=&quot;border-style:solid;&quot;&gt;&lt;p style=&quot;margin:0px;margin-left:4px;&quot;&gt;&lt;span style=&quot;color: rgb(63, 63, 63); scrollbar-color: rgb(226, 226, 226) rgb(251, 251, 251); background-color: transparent;&quot;&gt;+Convert&lt;/span&gt;&lt;/p&gt;&lt;p style=&quot;text-align: center; margin: 0px 0px 0px 4px;&quot;&gt;&lt;span style=&quot;color: rgb(63, 63, 63); scrollbar-color: rgb(226, 226, 226) rgb(251, 251, 251); background-color: transparent;&quot;&gt;(Product&lt;/span&gt;&lt;span style=&quot;background-color: transparent; scrollbar-color: rgb(226, 226, 226) rgb(251, 251, 251); color: rgb(63, 63, 63);&quot;&gt;)&lt;/span&gt;&lt;span style=&quot;background-color: transparent; color: rgb(63, 63, 63);&quot;&gt;：GetProductInfoResponse&lt;/span&gt;&lt;/p&gt;" style="verticalAlign=top;align=left;overflow=fill;html=1;whiteSpace=wrap;" vertex="1" parent="1">
                    <mxGeometry x="110" y="1120" width="195" height="120" as="geometry"/>
                </mxCell>
                <mxCell id="95" value="&amp;lt;&amp;lt;Use&amp;gt;&amp;gt;" style="text;html=1;align=center;verticalAlign=middle;whiteSpace=wrap;rounded=0;" vertex="1" parent="1">
                    <mxGeometry x="273.75" y="1080" width="60" height="30" as="geometry"/>
                </mxCell>
                <mxCell id="98" value="&lt;p style=&quot;margin:0px;margin-top:4px;text-align:center;&quot;&gt;&lt;span style=&quot;color: rgb(63, 63, 63);&quot;&gt;&lt;b&gt;UnregisteredEmployeesResponse&lt;/b&gt;&lt;/span&gt;&lt;/p&gt;&lt;hr size=&quot;1&quot; style=&quot;border-style:solid;&quot;&gt;&lt;p style=&quot;margin:0px;margin-left:4px;&quot;&gt;+employees : List&amp;lt;UnregisteredEmployeeItem&amp;gt;&amp;nbsp;&lt;/p&gt;&lt;hr size=&quot;1&quot; style=&quot;border-style:solid;&quot;&gt;&lt;p style=&quot;margin:0px;margin-left:4px;&quot;&gt;&lt;br&gt;&lt;/p&gt;" style="verticalAlign=top;align=left;overflow=fill;html=1;whiteSpace=wrap;" vertex="1" parent="1">
-                     <mxGeometry x="2100" y="1280" width="210" height="120" as="geometry"/>
+                     <mxGeometry x="2100" y="1290" width="210" height="120" as="geometry"/>
                </mxCell>
                <mxCell id="99" value="&lt;p style=&quot;margin:0px;margin-top:4px;text-align:center;&quot;&gt;&lt;span style=&quot;color: rgb(63, 63, 63);&quot;&gt;&lt;b&gt;UnregisteredEmployeesItem&lt;/b&gt;&lt;/span&gt;&lt;/p&gt;&lt;hr size=&quot;1&quot; style=&quot;border-style:solid;&quot;&gt;&lt;p style=&quot;margin:0px;margin-left:4px;&quot;&gt;&lt;/p&gt;&lt;p style=&quot;margin:0px;margin-left:4px;&quot;&gt;&lt;/p&gt;+employeeId : int&amp;nbsp;&lt;div&gt;+accountName : string&amp;nbsp;&lt;/div&gt;&lt;div&gt;+password : string&lt;/div&gt;" style="verticalAlign=top;align=left;overflow=fill;html=1;whiteSpace=wrap;" vertex="1" parent="1">
-                     <mxGeometry x="2100" y="1440" width="210" height="120" as="geometry"/>
+                     <mxGeometry x="2100" y="1500" width="210" height="120" as="geometry"/>
                </mxCell>
                <mxCell id="101" value="&lt;p style=&quot;margin:0px;margin-top:4px;text-align:center;&quot;&gt;&lt;span style=&quot;color: rgb(63, 63, 63);&quot;&gt;&lt;b&gt;SearchProductsResponse&lt;/b&gt;&lt;/span&gt;&lt;/p&gt;&lt;hr size=&quot;1&quot; style=&quot;border-style:solid;&quot;&gt;&lt;p style=&quot;margin:0px;margin-left:4px;&quot;&gt;+products: List&amp;lt;productsItem&amp;gt;&amp;nbsp;&lt;/p&gt;&lt;hr size=&quot;1&quot; style=&quot;border-style:solid;&quot;&gt;&lt;p style=&quot;margin:0px;margin-left:4px;&quot;&gt;&lt;br&gt;&lt;/p&gt;" style="verticalAlign=top;align=left;overflow=fill;html=1;whiteSpace=wrap;" vertex="1" parent="1">
-                     <mxGeometry x="520" y="1280" width="210" height="120" as="geometry"/>
+                     <mxGeometry x="520" y="1300" width="210" height="120" as="geometry"/>
                </mxCell>
                <mxCell id="102" value="&lt;p style=&quot;margin:0px;margin-top:4px;text-align:center;&quot;&gt;&lt;span style=&quot;color: rgb(63, 63, 63);&quot;&gt;&lt;b&gt;ProductsItem&lt;/b&gt;&lt;/span&gt;&lt;/p&gt;&lt;hr size=&quot;1&quot; style=&quot;border-style:solid;&quot;&gt;&lt;p style=&quot;margin:0px;margin-left:4px;&quot;&gt;&lt;/p&gt;&lt;p style=&quot;margin:0px;margin-left:4px;&quot;&gt;&lt;/p&gt;+productUuid:string&lt;div&gt;+productName : string&amp;nbsp;&lt;/div&gt;&lt;div&gt;+price : int&lt;/div&gt;&lt;div&gt;+imageUrl : string&lt;/div&gt;" style="verticalAlign=top;align=left;overflow=fill;html=1;whiteSpace=wrap;" vertex="1" parent="1">
-                     <mxGeometry x="520" y="1410" width="210" height="120" as="geometry"/>
+                     <mxGeometry x="515" y="1490" width="210" height="120" as="geometry"/>
                </mxCell>
                <mxCell id="103" value="&lt;p style=&quot;margin:0px;margin-top:4px;text-align:center;&quot;&gt;&lt;b&gt;GetProductInfoResponse&lt;/b&gt;&lt;/p&gt;&lt;hr size=&quot;1&quot; style=&quot;border-style:solid;&quot;&gt;&lt;p style=&quot;color: rgb(63, 63, 63); scrollbar-color: rgb(226, 226, 226) rgb(251, 251, 251); margin: 0px 0px 0px 4px;&quot;&gt;&lt;span style=&quot;scrollbar-color: rgb(226, 226, 226) rgb(251, 251, 251); background-color: transparent; color: rgb(63, 63, 63);&quot;&gt;+productUuid:string&lt;/span&gt;&lt;/p&gt;&lt;p style=&quot;color: rgb(63, 63, 63); scrollbar-color: rgb(226, 226, 226) rgb(251, 251, 251); margin: 0px 0px 0px 4px;&quot;&gt;&lt;span style=&quot;scrollbar-color: rgb(226, 226, 226) rgb(251, 251, 251); background-color: transparent; color: rgb(63, 63, 63);&quot;&gt;+productName : string&lt;/span&gt;&lt;/p&gt;&lt;p style=&quot;color: rgb(63, 63, 63); scrollbar-color: rgb(226, 226, 226) rgb(251, 251, 251); margin: 0px 0px 0px 4px;&quot;&gt;+price : int&lt;/p&gt;&lt;p style=&quot;color: rgb(63, 63, 63); scrollbar-color: rgb(226, 226, 226) rgb(251, 251, 251); margin: 0px 0px 0px 4px;&quot;&gt;+quantity : int&lt;/p&gt;&lt;p style=&quot;color: rgb(63, 63, 63); scrollbar-color: rgb(226, 226, 226) rgb(251, 251, 251); margin: 0px 0px 0px 4px;&quot;&gt;+categoryId : string&lt;/p&gt;&lt;p style=&quot;color: rgb(63, 63, 63); scrollbar-color: rgb(226, 226, 226) rgb(251, 251, 251); margin: 0px 0px 0px 4px;&quot;&gt;+ImageUrl : IformFile&lt;/p&gt;&lt;p style=&quot;margin:0px;margin-left:4px;&quot;&gt;&lt;br&gt;&lt;/p&gt;&lt;hr size=&quot;1&quot; style=&quot;border-style:solid;&quot;&gt;&lt;p style=&quot;margin:0px;margin-left:4px;&quot;&gt;&lt;br&gt;&lt;/p&gt;" style="verticalAlign=top;align=left;overflow=fill;html=1;whiteSpace=wrap;" vertex="1" parent="1">
-                     <mxGeometry x="122.5" y="1260" width="170" height="150" as="geometry"/>
+                     <mxGeometry x="122.5" y="1285" width="170" height="150" as="geometry"/>
+                 </mxCell>
+                 <mxCell id="105" value="&lt;p style=&quot;margin:0px;margin-top:4px;text-align:center;&quot;&gt;&lt;/p&gt;&lt;p style=&quot;margin:0px;margin-left:4px;&quot;&gt;&lt;b&gt;LoginViewModelAdapter&lt;/b&gt;&lt;/p&gt;&lt;p style=&quot;margin:0px;margin-left:4px;&quot;&gt;&lt;br&gt;&lt;/p&gt;&lt;hr size=&quot;1&quot; style=&quot;border-style:solid;&quot;&gt;&lt;p style=&quot;margin:0px;margin-left:4px;&quot;&gt;&lt;span style=&quot;color: rgb(63, 63, 63); scrollbar-color: rgb(226, 226, 226) rgb(251, 251, 251); background-color: transparent;&quot;&gt;+Convert&lt;/span&gt;&lt;/p&gt;&lt;p style=&quot;text-align: center; margin: 0px 0px 0px 4px;&quot;&gt;&lt;span style=&quot;color: rgb(63, 63, 63); scrollbar-color: rgb(226, 226, 226) rgb(251, 251, 251); background-color: transparent;&quot;&gt;(&lt;/span&gt;&lt;span style=&quot;scrollbar-color: rgb(226, 226, 226) rgb(251, 251, 251); background-color: transparent; text-align: center; color: rgb(63, 63, 63);&quot;&gt;&amp;nbsp;string&lt;/span&gt;&lt;span style=&quot;background-color: transparent; scrollbar-color: rgb(226, 226, 226) rgb(251, 251, 251); color: rgb(63, 63, 63);&quot;&gt;)&lt;/span&gt;&lt;span style=&quot;background-color: transparent; color: rgb(63, 63, 63);&quot;&gt;：TokenResponse&lt;/span&gt;&lt;/p&gt;" style="verticalAlign=top;align=left;overflow=fill;html=1;whiteSpace=wrap;" vertex="1" parent="1">
+                     <mxGeometry x="2520" y="1120" width="240" height="120" as="geometry"/>
+                 </mxCell>
+                 <mxCell id="112" value="" style="endArrow=open;startArrow=circlePlus;endFill=0;startFill=0;endSize=8;html=1;" edge="1" parent="1" source="102" target="101">
+                     <mxGeometry width="160" relative="1" as="geometry">
+                         <mxPoint x="650" y="1450" as="sourcePoint"/>
+                         <mxPoint x="810" y="1450" as="targetPoint"/>
+                     </mxGeometry>
+                 </mxCell>
+                 <mxCell id="114" value="" style="endArrow=open;startArrow=circlePlus;endFill=0;startFill=0;endSize=8;html=1;" edge="1" parent="1" source="99" target="98">
+                     <mxGeometry width="160" relative="1" as="geometry">
+                         <mxPoint x="2170" y="1450" as="sourcePoint"/>
+                         <mxPoint x="2330" y="1450" as="targetPoint"/>
+                     </mxGeometry>
                </mxCell>
            </root>
        </mxGraphModel>
    </diagram>
</mxfile>